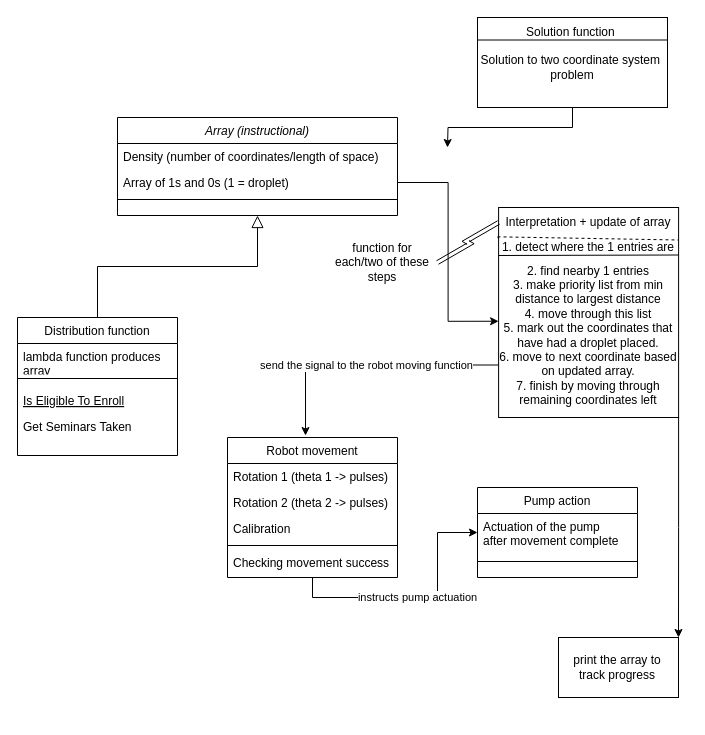
This is Robot_code.drawio from sv42008/recipe2, a draw.io file, before an edit. Source tidied: cells renumbered, new cells numbered last; positions are measured from the earlier drawing's top-left corner, leaving out a move shared by most shapes. Both pictures are drawn from the tidied source at 100%, with x=0, y=0 at pixel (17, 17).
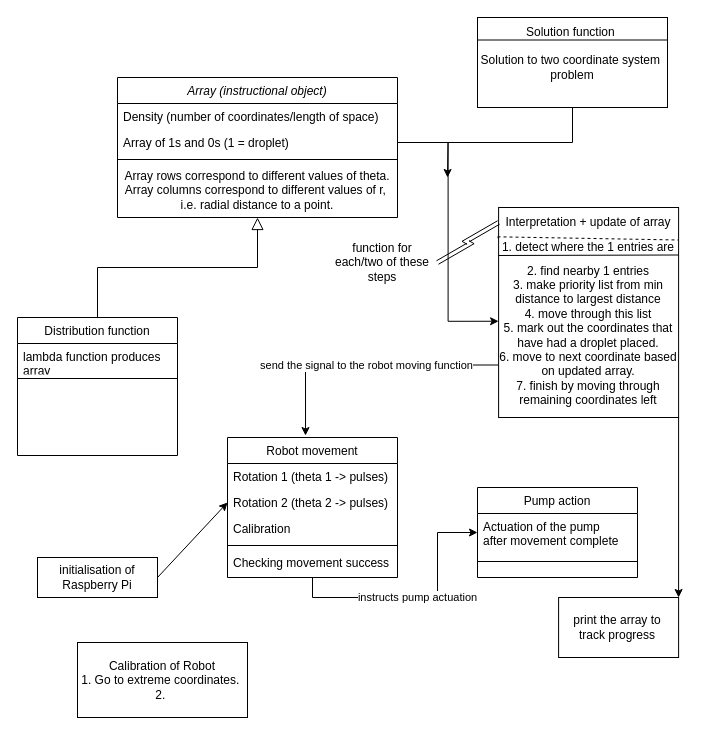
After the change.

Unchanged cells that the change refers to:
```xml
<mxCell id="6" value="Distribution function" style="swimlane;fontStyle=0;align=center;verticalAlign=top;horizontal=1;startSize=26;rounded=0;shadow=0;strokeWidth=1;" parent="1" vertex="1">
  <mxGeometry y="300" width="160" height="138" as="geometry" />
</mxCell>
<mxCell id="18" value="Rotation 2 (theta 2 -&gt; pulses)" style="text;align=left;verticalAlign=top;spacingLeft=4;spacingRight=4;overflow=hidden;points=[[0,0.5],[1,0.5]];portConstraint=eastwest;rounded=0;shadow=0;html=0;" parent="16" vertex="1">
  <mxGeometry y="52" width="170" height="26" as="geometry" />
</mxCell>
<mxCell id="23" style="rounded=0;whiteSpace=wrap;html=1;" parent="1" vertex="1">
  <mxGeometry x="460" width="190" height="90" as="geometry" />
</mxCell>
```

Change to the diagram source:
```diff
@@
-    <mxCell id="2" value="Array (instructional)" style="swimlane;fontStyle=2;align=center;verticalAlign=top;horizontal=1;startSize=26;rounded=0;shadow=0;strokeWidth=1;" parent="1" vertex="1">
-      <mxGeometry x="100" y="100" width="280" height="98" as="geometry" />
+    <mxCell id="2" value="Array (instructional object)" style="swimlane;fontStyle=2;align=center;verticalAlign=top;horizontal=1;startSize=26;rounded=0;shadow=0;strokeWidth=1;" parent="1" vertex="1">
+      <mxGeometry x="100" y="60" width="280" height="140" as="geometry" />
     </mxCell>
@@
+    <mxCell id="41" value="Array rows correspond to different values of theta.&lt;br&gt;Array columns correspond to different values of r,&amp;nbsp;&lt;br&gt;i.e. radial distance to a point." style="text;html=1;strokeColor=none;fillColor=none;align=center;verticalAlign=middle;whiteSpace=wrap;rounded=0;" parent="2" vertex="1">
+      <mxGeometry y="86" width="280" height="54" as="geometry" />
+    </mxCell>
@@
-    <mxCell id="9" value="Is Eligible To Enroll" style="text;align=left;verticalAlign=top;spacingLeft=4;spacingRight=4;overflow=hidden;fontStyle=4;" parent="6" vertex="1">
-      <mxGeometry y="70" width="160" height="26" as="geometry" />
-    </mxCell>
-    <mxCell id="10" value="Get Seminars Taken" style="text;align=left;verticalAlign=top;spacingLeft=4;spacingRight=4;overflow=hidden;" parent="6" vertex="1">
-      <mxGeometry y="96" width="160" height="26" as="geometry" />
-    </mxCell>
@@
     <mxCell id="22" style="edgeStyle=orthogonalEdgeStyle;rounded=0;jettySize=auto;html=1;exitX=0.5;exitY=1;exitDx=0;exitDy=0;" parent="1" edge="1" source="23">
       <mxGeometry relative="1" as="geometry">
-        <mxPoint x="430" y="130" as="targetPoint" />
+        <mxPoint x="430" y="160" as="targetPoint" />
       </mxGeometry>
     </mxCell>
@@
     <mxCell id="37" style="rounded=0;whiteSpace=wrap;html=1;" parent="1" vertex="1">
-      <mxGeometry x="541" y="620" width="120" height="60" as="geometry" />
+      <mxGeometry x="541.1" y="580" width="120" height="60" as="geometry" />
     </mxCell>
     <mxCell id="38" value="print the array to track progress" style="text;html=1;strokeColor=none;fillColor=none;align=center;verticalAlign=middle;whiteSpace=wrap;rounded=0;" parent="1" vertex="1">
-      <mxGeometry x="550" y="635" width="100" height="30" as="geometry" />
+      <mxGeometry x="550.1" y="595" width="100" height="30" as="geometry" />
     </mxCell>
@@
+    <mxCell id="42" style="rounded=0;jettySize=auto;html=1;exitX=1;exitY=0.5;exitDx=0;exitDy=0;entryX=0;entryY=0.5;entryDx=0;entryDy=0;" parent="1" edge="1" source="43" target="18">
+      <mxGeometry relative="1" as="geometry" />
+    </mxCell>
+    <mxCell id="43" value="initialisation of Raspberry Pi" style="rounded=0;whiteSpace=wrap;html=1;" parent="1" vertex="1">
+      <mxGeometry x="20" y="540" width="120" height="40" as="geometry" />
+    </mxCell>
+    <mxCell id="44" value="Calibration of Robot&lt;br&gt;1. Go to extreme coordinates.&amp;nbsp;&lt;br&gt;2.&amp;nbsp;" style="rounded=0;whiteSpace=wrap;html=1;" parent="1" vertex="1">
+      <mxGeometry x="60" y="625" width="170" height="75" as="geometry" />
+    </mxCell>
```
